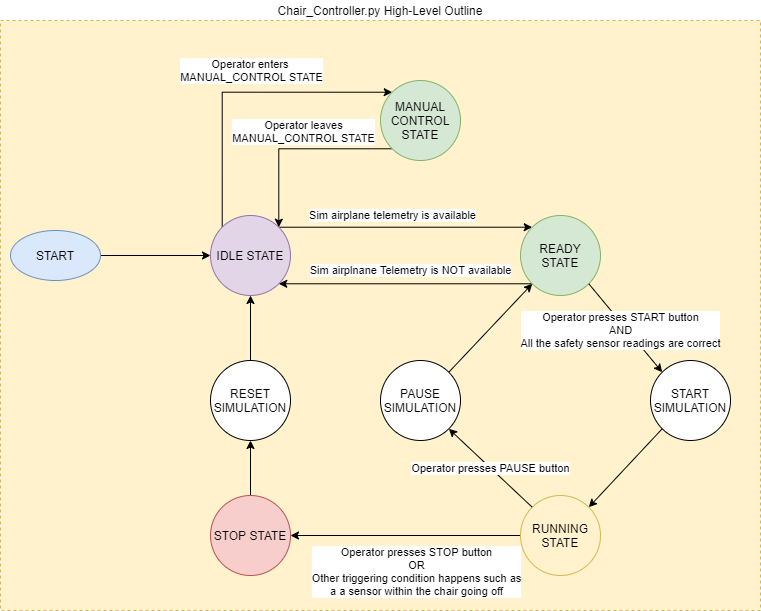
Above: images/High_Level_Outline.png in robodude0395/Falcon2_Flight_Sim_Software (draw.io), before the change. Source tidied: cells renumbered, new cells last; positions are measured from the earlier drawing's top-left corner, leaving out a move shared by most shapes. Its diagram source:
```xml
<mxGraphModel>
  <root>
    <mxCell id="0" />
    <mxCell id="1" parent="0" />
    <mxCell id="2" style="rounded=0;whiteSpace=wrap;html=1;fillColor=#fff2cc;strokeColor=#d6b656;dashed=1;" parent="1" vertex="1">
      <mxGeometry y="20" width="760" height="590" as="geometry" />
    </mxCell>
    <mxCell id="3" style="edgeStyle=orthogonalEdgeStyle;rounded=0;jettySize=auto;html=1;exitX=1;exitY=0.5;exitDx=0;exitDy=0;" parent="1" edge="1" source="4" target="9">
      <mxGeometry relative="1" as="geometry" />
    </mxCell>
    <mxCell id="4" value="START" style="ellipse;whiteSpace=wrap;html=1;fillColor=#dae8fc;strokeColor=#6c8ebf;" parent="1" vertex="1">
      <mxGeometry x="10" y="230" width="90" height="50" as="geometry" />
    </mxCell>
    <mxCell id="5" style="edgeStyle=orthogonalEdgeStyle;rounded=0;jettySize=auto;html=1;exitX=1;exitY=0;exitDx=0;exitDy=0;entryX=0;entryY=0;entryDx=0;entryDy=0;" parent="1" edge="1" source="9" target="11">
      <mxGeometry relative="1" as="geometry" />
    </mxCell>
    <mxCell id="6" value="Sim airplane telemetry is available" style="edgeLabel;html=1;align=center;verticalAlign=middle;" parent="5" vertex="1">
      <mxGeometry x="-0.11" y="1" relative="1" as="geometry">
        <mxPoint y="-10.7" as="offset" />
      </mxGeometry>
    </mxCell>
    <mxCell id="7" style="edgeStyle=orthogonalEdgeStyle;rounded=0;jettySize=auto;html=1;exitX=0;exitY=0;exitDx=0;exitDy=0;entryX=0;entryY=1;entryDx=0;entryDy=0;" parent="1" edge="1" source="9" target="28">
      <mxGeometry relative="1" as="geometry">
        <Array as="points">
          <mxPoint x="222" y="92" />
        </Array>
      </mxGeometry>
    </mxCell>
    <mxCell id="8" value="Operator enters &lt;br&gt;MANUAL_CONTROL STATE" style="edgeLabel;html=1;align=center;verticalAlign=middle;" parent="7" vertex="1">
      <mxGeometry x="0.36" y="8" relative="1" as="geometry">
        <mxPoint x="-42.7" y="-13.7" as="offset" />
      </mxGeometry>
    </mxCell>
    <mxCell id="9" value="IDLE STATE" style="ellipse;whiteSpace=wrap;html=1;fillColor=#e1d5e7;strokeColor=#9673a6;" parent="1" vertex="1">
      <mxGeometry x="210" y="215" width="80" height="80" as="geometry" />
    </mxCell>
    <mxCell id="10" value="&lt;span style=&quot;color: rgb(0 , 0 , 0) ; font-family: &amp;#34;helvetica&amp;#34; ; font-size: 11px ; font-style: normal ; font-weight: 400 ; letter-spacing: normal ; text-align: center ; text-indent: 0px ; text-transform: none ; word-spacing: 0px ; background-color: rgb(255 , 255 , 255) ; display: inline ; float: none&quot;&gt;Sim airplnane Telemetry is NOT available&lt;/span&gt;" style="edgeStyle=orthogonalEdgeStyle;rounded=0;jettySize=auto;html=1;exitX=0;exitY=1;exitDx=0;exitDy=0;entryX=1;entryY=1;entryDx=0;entryDy=0;" parent="1" edge="1" source="11" target="9">
      <mxGeometry x="-0.04" y="-13" relative="1" as="geometry" />
    </mxCell>
    <mxCell id="11" value="READY STATE" style="ellipse;whiteSpace=wrap;html=1;fillColor=#d5e8d4;strokeColor=#82b366;" parent="1" vertex="1">
      <mxGeometry x="520" y="215" width="80" height="80" as="geometry" />
    </mxCell>
    <mxCell id="12" style="edgeStyle=orthogonalEdgeStyle;rounded=0;jettySize=auto;html=1;exitX=0;exitY=0.5;exitDx=0;exitDy=0;entryX=1;entryY=0.5;entryDx=0;entryDy=0;" parent="1" edge="1" source="14" target="16">
      <mxGeometry relative="1" as="geometry" />
    </mxCell>
    <mxCell id="13" value="Operator presses STOP button&lt;br&gt;OR&lt;br&gt;Other triggering condition happens such as&lt;br&gt;a a sensor within the chair going off" style="edgeLabel;html=1;align=center;verticalAlign=middle;" parent="12" vertex="1">
      <mxGeometry x="-0.09" y="1" relative="1" as="geometry">
        <mxPoint y="34" as="offset" />
      </mxGeometry>
    </mxCell>
    <mxCell id="14" value="RUNNING STATE" style="ellipse;whiteSpace=wrap;html=1;fillColor=#fff2cc;strokeColor=#d6b656;" parent="1" vertex="1">
      <mxGeometry x="520" y="495" width="80" height="80" as="geometry" />
    </mxCell>
    <mxCell id="15" style="edgeStyle=orthogonalEdgeStyle;rounded=0;jettySize=auto;html=1;exitX=0.5;exitY=0;exitDx=0;exitDy=0;entryX=0.5;entryY=1;entryDx=0;entryDy=0;" parent="1" edge="1" source="16" target="24">
      <mxGeometry relative="1" as="geometry" />
    </mxCell>
    <mxCell id="16" value="STOP STATE" style="ellipse;whiteSpace=wrap;html=1;fillColor=#f8cecc;strokeColor=#b85450;" parent="1" vertex="1">
      <mxGeometry x="210" y="495" width="80" height="80" as="geometry" />
    </mxCell>
    <mxCell id="17" value="PAUSE SIMULATION" style="ellipse;whiteSpace=wrap;html=1;" parent="1" vertex="1">
      <mxGeometry x="380" y="360" width="80" height="80" as="geometry" />
    </mxCell>
    <mxCell id="18" value="Operator presses PAUSE button" style="endArrow=classic;html=1;exitX=0;exitY=0;exitDx=0;exitDy=0;entryX=1;entryY=1;entryDx=0;entryDy=0;" parent="1" edge="1" source="14" target="17">
      <mxGeometry relative="1" as="geometry" />
    </mxCell>
    <mxCell id="19" style="endArrow=classic;html=1;exitX=1;exitY=0;exitDx=0;exitDy=0;entryX=0;entryY=1;entryDx=0;entryDy=0;" parent="1" edge="1" source="17" target="11">
      <mxGeometry relative="1" as="geometry" />
    </mxCell>
    <mxCell id="20" value="START SIMULATION" style="ellipse;whiteSpace=wrap;html=1;" parent="1" vertex="1">
      <mxGeometry x="650" y="360" width="80" height="80" as="geometry" />
    </mxCell>
    <mxCell id="21" value="Operator presses START button&lt;br&gt;AND&lt;br&gt;All the safety sensor readings are correct" style="endArrow=classic;html=1;exitX=1;exitY=1;exitDx=0;exitDy=0;entryX=0;entryY=0;entryDx=0;entryDy=0;" parent="1" edge="1" source="11" target="20">
      <mxGeometry x="-0.02" y="-5" relative="1" as="geometry" />
    </mxCell>
    <mxCell id="22" style="endArrow=classic;html=1;exitX=0;exitY=1;exitDx=0;exitDy=0;entryX=1;entryY=0;entryDx=0;entryDy=0;" parent="1" edge="1" source="20" target="14">
      <mxGeometry relative="1" as="geometry" />
    </mxCell>
    <mxCell id="23" style="edgeStyle=orthogonalEdgeStyle;rounded=0;jettySize=auto;html=1;exitX=0.5;exitY=0;exitDx=0;exitDy=0;" parent="1" edge="1" source="24" target="9">
      <mxGeometry relative="1" as="geometry" />
    </mxCell>
    <mxCell id="24" value="RESET SIMULATION" style="ellipse;whiteSpace=wrap;html=1;" parent="1" vertex="1">
      <mxGeometry x="210" y="360" width="80" height="80" as="geometry" />
    </mxCell>
    <mxCell id="25" value="Chair_Controller.py High-Level Outline" style="text;html=1;strokeColor=none;fillColor=none;align=center;verticalAlign=middle;whiteSpace=wrap;rounded=0;dashed=1;" parent="1" vertex="1">
      <mxGeometry x="272" width="216" height="20" as="geometry" />
    </mxCell>
    <mxCell id="26" style="edgeStyle=orthogonalEdgeStyle;rounded=0;jettySize=auto;html=1;exitX=1;exitY=1;exitDx=0;exitDy=0;entryX=1;entryY=0;entryDx=0;entryDy=0;" parent="1" edge="1" source="28" target="9">
      <mxGeometry relative="1" as="geometry" />
    </mxCell>
    <mxCell id="27" value="Operator leaves&lt;br&gt;MANUAL_CONTROL STATE" style="edgeLabel;html=1;align=center;verticalAlign=middle;" parent="26" vertex="1">
      <mxGeometry x="-0.18" y="-5" relative="1" as="geometry">
        <mxPoint x="-10.7" y="-13.3" as="offset" />
      </mxGeometry>
    </mxCell>
    <mxCell id="28" value="MANUAL CONTROL&lt;br&gt;STATE" style="ellipse;whiteSpace=wrap;html=1;fillColor=#d5e8d4;strokeColor=#82b366;direction=south;" parent="1" vertex="1">
      <mxGeometry x="380" y="80" width="80" height="80" as="geometry" />
    </mxCell>
  </root>
</mxGraphModel>
```
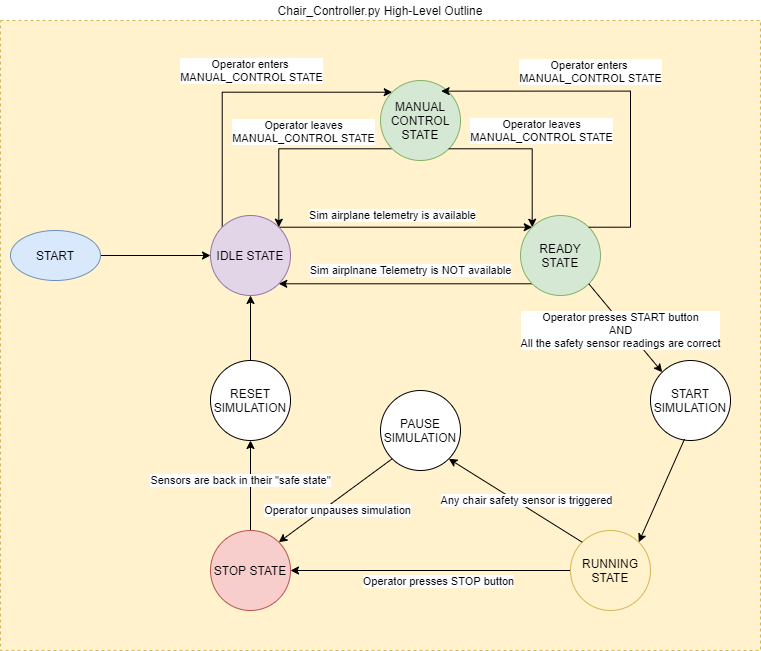
Above is the later version.

Commit message:
Further fleshed out high-level design and renamed Report.docx to Blog.docx

Change to the diagram source:
```diff
@@ -3,7 +3,7 @@
     <mxCell id="0" />
     <mxCell id="1" parent="0" />
     <mxCell id="2" style="rounded=0;whiteSpace=wrap;html=1;fillColor=#fff2cc;strokeColor=#d6b656;dashed=1;" parent="1" vertex="1">
-      <mxGeometry y="20" width="760" height="590" as="geometry" />
+      <mxGeometry y="20" width="760" height="630" as="geometry" />
     </mxCell>
     <mxCell id="3" style="edgeStyle=orthogonalEdgeStyle;rounded=0;jettySize=auto;html=1;exitX=1;exitY=0.5;exitDx=0;exitDy=0;" parent="1" edge="1" source="4" target="9">
       <mxGeometry relative="1" as="geometry" />
@@ -43,36 +43,33 @@
     <mxCell id="12" style="edgeStyle=orthogonalEdgeStyle;rounded=0;jettySize=auto;html=1;exitX=0;exitY=0.5;exitDx=0;exitDy=0;entryX=1;entryY=0.5;entryDx=0;entryDy=0;" parent="1" edge="1" source="14" target="16">
       <mxGeometry relative="1" as="geometry" />
     </mxCell>
-    <mxCell id="13" value="Operator presses STOP button&lt;br&gt;OR&lt;br&gt;Other triggering condition happens such as&lt;br&gt;a a sensor within the chair going off" style="edgeLabel;html=1;align=center;verticalAlign=middle;" parent="12" vertex="1">
+    <mxCell id="13" value="Operator presses STOP button" style="edgeLabel;html=1;align=center;verticalAlign=middle;" parent="12" vertex="1">
       <mxGeometry x="-0.09" y="1" relative="1" as="geometry">
-        <mxPoint y="34" as="offset" />
+        <mxPoint x="-5" y="9" as="offset" />
       </mxGeometry>
     </mxCell>
     <mxCell id="14" value="RUNNING STATE" style="ellipse;whiteSpace=wrap;html=1;fillColor=#fff2cc;strokeColor=#d6b656;" parent="1" vertex="1">
-      <mxGeometry x="520" y="495" width="80" height="80" as="geometry" />
+      <mxGeometry x="570" y="530" width="80" height="80" as="geometry" />
     </mxCell>
-    <mxCell id="15" style="edgeStyle=orthogonalEdgeStyle;rounded=0;jettySize=auto;html=1;exitX=0.5;exitY=0;exitDx=0;exitDy=0;entryX=0.5;entryY=1;entryDx=0;entryDy=0;" parent="1" edge="1" source="16" target="24">
-      <mxGeometry relative="1" as="geometry" />
+    <mxCell id="15" value="Sensors are back in their &quot;safe state&quot;" style="edgeStyle=orthogonalEdgeStyle;rounded=0;jettySize=auto;html=1;exitX=0.5;exitY=0;exitDx=0;exitDy=0;entryX=0.5;entryY=1;entryDx=0;entryDy=0;" parent="1" edge="1" source="16" target="24">
+      <mxGeometry x="0.11" y="10" relative="1" as="geometry" />
     </mxCell>
     <mxCell id="16" value="STOP STATE" style="ellipse;whiteSpace=wrap;html=1;fillColor=#f8cecc;strokeColor=#b85450;" parent="1" vertex="1">
-      <mxGeometry x="210" y="495" width="80" height="80" as="geometry" />
+      <mxGeometry x="210" y="530" width="80" height="80" as="geometry" />
     </mxCell>
     <mxCell id="17" value="PAUSE SIMULATION" style="ellipse;whiteSpace=wrap;html=1;" parent="1" vertex="1">
-      <mxGeometry x="380" y="360" width="80" height="80" as="geometry" />
+      <mxGeometry x="380" y="390" width="80" height="80" as="geometry" />
     </mxCell>
-    <mxCell id="18" value="Operator presses PAUSE button" style="endArrow=classic;html=1;exitX=0;exitY=0;exitDx=0;exitDy=0;entryX=1;entryY=1;entryDx=0;entryDy=0;" parent="1" edge="1" source="14" target="17">
-      <mxGeometry relative="1" as="geometry" />
+    <mxCell id="18" value="Any chair safety sensor is triggered" style="endArrow=classic;html=1;exitX=0;exitY=0;exitDx=0;exitDy=0;entryX=1;entryY=1;entryDx=0;entryDy=0;" parent="1" edge="1" source="14" target="17">
+      <mxGeometry x="-0.12" y="-6" relative="1" as="geometry" />
     </mxCell>
-    <mxCell id="19" style="endArrow=classic;html=1;exitX=1;exitY=0;exitDx=0;exitDy=0;entryX=0;entryY=1;entryDx=0;entryDy=0;" parent="1" edge="1" source="17" target="11">
-      <mxGeometry relative="1" as="geometry" />
-    </mxCell>
     <mxCell id="20" value="START SIMULATION" style="ellipse;whiteSpace=wrap;html=1;" parent="1" vertex="1">
       <mxGeometry x="650" y="360" width="80" height="80" as="geometry" />
     </mxCell>
     <mxCell id="21" value="Operator presses START button&lt;br&gt;AND&lt;br&gt;All the safety sensor readings are correct" style="endArrow=classic;html=1;exitX=1;exitY=1;exitDx=0;exitDy=0;entryX=0;entryY=0;entryDx=0;entryDy=0;" parent="1" edge="1" source="11" target="20">
       <mxGeometry x="-0.02" y="-5" relative="1" as="geometry" />
     </mxCell>
-    <mxCell id="22" style="endArrow=classic;html=1;exitX=0;exitY=1;exitDx=0;exitDy=0;entryX=1;entryY=0;entryDx=0;entryDy=0;" parent="1" edge="1" source="20" target="14">
+    <mxCell id="22" style="endArrow=classic;html=1;exitX=0.425;exitY=0.983;exitDx=0;exitDy=0;entryX=1;entryY=0;entryDx=0;entryDy=0;exitPerimeter=0;" parent="1" edge="1" source="20" target="14">
       <mxGeometry relative="1" as="geometry" />
     </mxCell>
     <mxCell id="23" style="edgeStyle=orthogonalEdgeStyle;rounded=0;jettySize=auto;html=1;exitX=0.5;exitY=0;exitDx=0;exitDy=0;" parent="1" edge="1" source="24" target="9">
@@ -95,5 +92,32 @@
     <mxCell id="28" value="MANUAL CONTROL&lt;br&gt;STATE" style="ellipse;whiteSpace=wrap;html=1;fillColor=#d5e8d4;strokeColor=#82b366;direction=south;" parent="1" vertex="1">
       <mxGeometry x="380" y="80" width="80" height="80" as="geometry" />
     </mxCell>
+    <mxCell id="29" style="edgeStyle=orthogonalEdgeStyle;rounded=0;jettySize=auto;html=1;entryX=0.133;entryY=0.242;entryDx=0;entryDy=0;entryPerimeter=0;exitX=1;exitY=0;exitDx=0;exitDy=0;" parent="1" edge="1" source="11" target="28">
+      <mxGeometry relative="1" as="geometry">
+        <Array as="points">
+          <mxPoint x="630" y="227" />
+          <mxPoint x="630" y="91" />
+        </Array>
+      </mxGeometry>
+    </mxCell>
+    <mxCell id="30" value="Operator enters &lt;br&gt;MANUAL_CONTROL STATE" style="edgeLabel;html=1;align=center;verticalAlign=middle;" parent="29" vertex="1">
+      <mxGeometry x="0.36" y="8" relative="1" as="geometry">
+        <mxPoint x="30.6" y="-28.6" as="offset" />
+      </mxGeometry>
+    </mxCell>
+    <mxCell id="31" style="edgeStyle=orthogonalEdgeStyle;rounded=0;jettySize=auto;html=1;exitX=1;exitY=0;exitDx=0;exitDy=0;entryX=0;entryY=0;entryDx=0;entryDy=0;" parent="1" edge="1" source="28" target="11">
+      <mxGeometry relative="1" as="geometry" />
+    </mxCell>
+    <mxCell id="32" value="Operator leaves&lt;br&gt;MANUAL_CONTROL STATE" style="edgeLabel;html=1;align=center;verticalAlign=middle;" parent="31" vertex="1">
+      <mxGeometry x="-0.18" y="-5" relative="1" as="geometry">
+        <mxPoint x="25.7" y="-23.3" as="offset" />
+      </mxGeometry>
+    </mxCell>
+    <mxCell id="33" style="endArrow=classic;html=1;exitX=0;exitY=1;exitDx=0;exitDy=0;entryX=1;entryY=0;entryDx=0;entryDy=0;" parent="1" edge="1" source="17" target="16">
+      <mxGeometry relative="1" as="geometry" />
+    </mxCell>
+    <mxCell id="34" value="Operator unpauses simulation" style="edgeLabel;html=1;align=center;verticalAlign=middle;" parent="33" vertex="1">
+      <mxGeometry x="0.06" y="9" relative="1" as="geometry" />
+    </mxCell>
   </root>
 </mxGraphModel>
```
